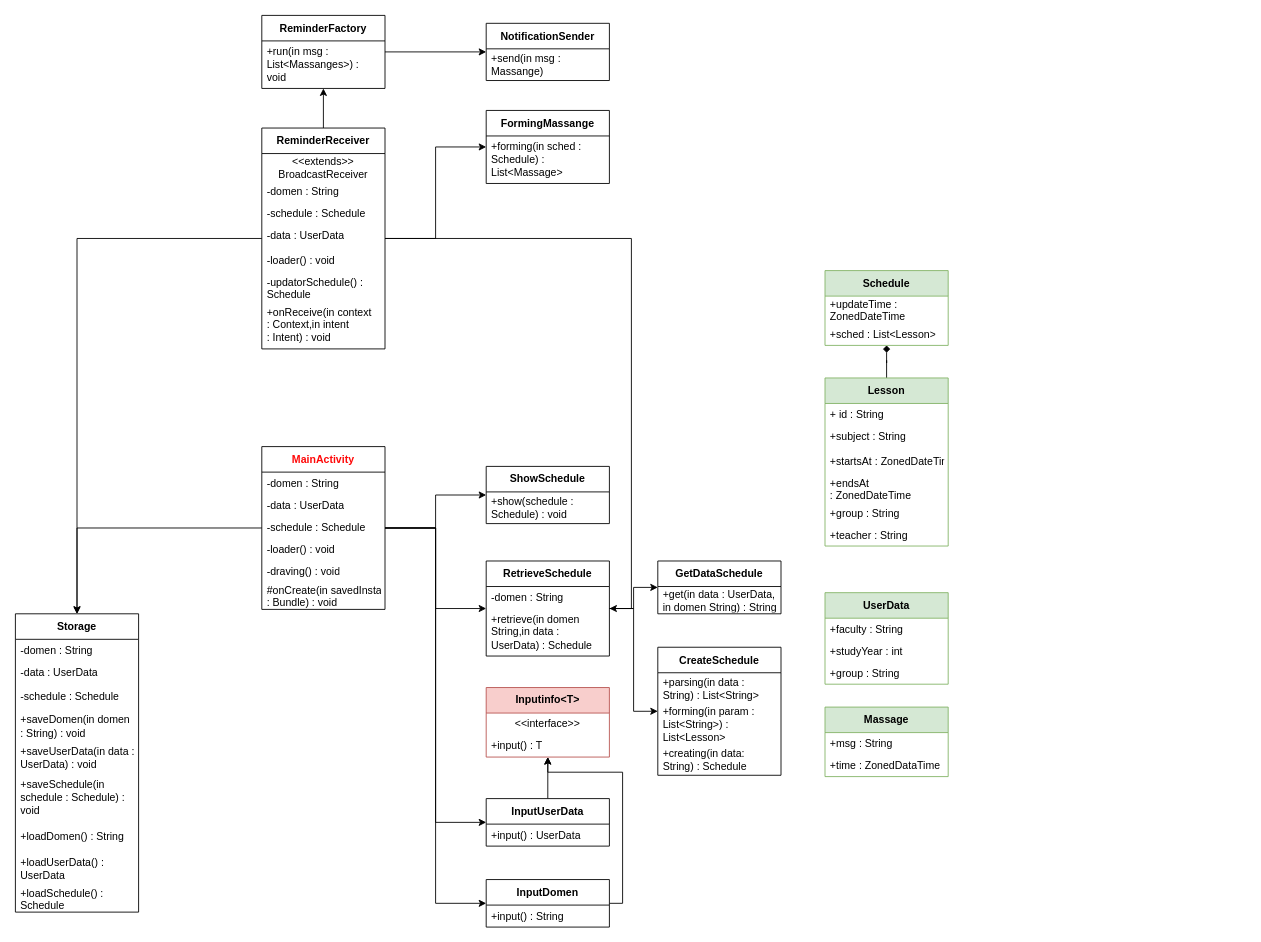
Myhajl-o/AutoScedule keeps this draw.io diagram as diagram/class_diagram.drawio. Above is the earlier version. Source tidied: cells renumbered, new cells numbered last; positions are measured from the earlier drawing's top-left corner, leaving out a move shared by most shapes. Both pictures are drawn from the tidied source at 88%, with x=0, y=0 at pixel (15, 15).
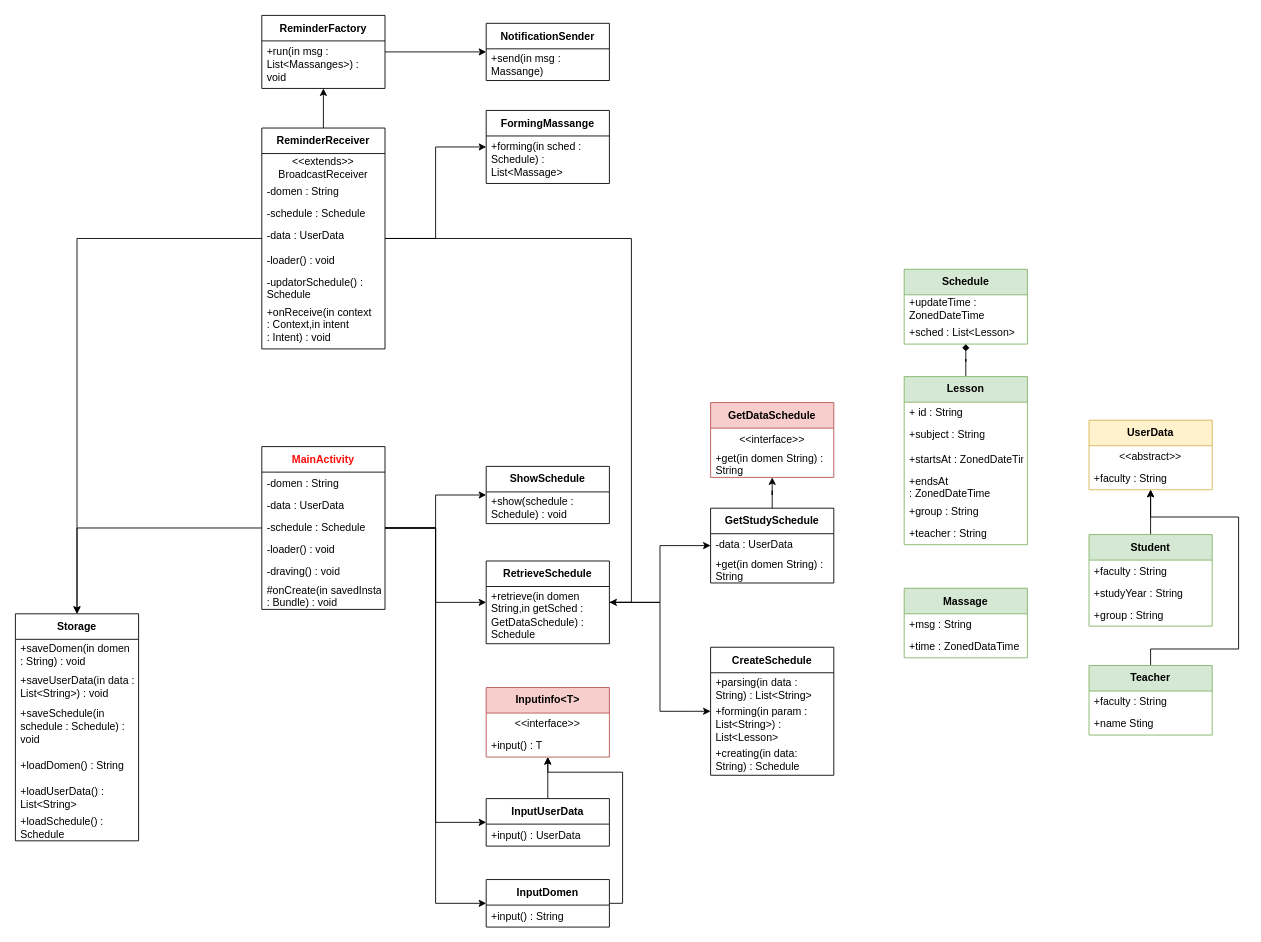
The same page after the edit.

Unchanged cells that the change refers to:
```xml
<mxCell id="62" value="&lt;code dir=&quot;ltr&quot;&gt;&lt;font face=&quot;Helvetica&quot;&gt;ReminderReceiver&lt;/font&gt;&lt;/code&gt;" style="swimlane;fontStyle=1;align=center;verticalAlign=middle;horizontal=1;startSize=29;html=1;whiteSpace=wrap;" parent="1" vertex="1">
  <mxGeometry x="280" y="128" width="140" height="251" as="geometry" />
</mxCell>
```

Diff of the diagram source:
```diff
@@
-    <mxCell id="17" value="UserData" style="swimlane;fontStyle=1;align=center;verticalAlign=middle;horizontal=1;startSize=29;html=1;whiteSpace=wrap;fillColor=#d5e8d4;strokeColor=#82b366;" parent="1" vertex="1">
-      <mxGeometry x="920" y="656" width="140" height="104" as="geometry" />
+    <mxCell id="17" value="UserData" style="swimlane;fontStyle=1;align=center;verticalAlign=middle;horizontal=1;startSize=29;html=1;whiteSpace=wrap;fillColor=#fff2cc;strokeColor=#d6b656;" parent="1" vertex="1">
+      <mxGeometry x="1220" y="460" width="140" height="79" as="geometry" />
     </mxCell>
+    <mxCell id="83" value="&amp;lt;&amp;lt;abstract&amp;gt;&amp;gt;" style="text;html=1;strokeColor=none;fillColor=none;align=center;verticalAlign=middle;spacingLeft=4;spacingRight=4;overflow=hidden;whiteSpace=wrap;" parent="17" vertex="1">
+      <mxGeometry y="29" width="140" height="25" as="geometry" />
+    </mxCell>
     <mxCell id="18" value="+faculty : String" style="text;html=1;strokeColor=none;fillColor=none;align=left;verticalAlign=middle;spacingLeft=4;spacingRight=4;overflow=hidden;whiteSpace=wrap;" parent="17" vertex="1">
-      <mxGeometry y="29" width="140" height="25" as="geometry" />
+      <mxGeometry y="54" width="140" height="25" as="geometry" />
     </mxCell>
-    <mxCell id="19" value="+&lt;code dir=&quot;ltr&quot;&gt;&lt;font face=&quot;Helvetica&quot;&gt;studyYear&lt;/font&gt;&lt;/code&gt;&amp;nbsp;: int" style="text;html=1;strokeColor=none;fillColor=none;align=left;verticalAlign=middle;spacingLeft=4;spacingRight=4;overflow=hidden;whiteSpace=wrap;" parent="17" vertex="1">
-      <mxGeometry y="54" width="140" height="25" as="geometry" />
-    </mxCell>
-    <mxCell id="20" value="+group : String" style="text;html=1;strokeColor=none;fillColor=none;align=left;verticalAlign=middle;spacingLeft=4;spacingRight=4;overflow=hidden;whiteSpace=wrap;" parent="17" vertex="1">
-      <mxGeometry y="79" width="140" height="25" as="geometry" />
-    </mxCell>
     <mxCell id="21" value="Massage" style="swimlane;fontStyle=1;align=center;verticalAlign=middle;horizontal=1;startSize=29;html=1;whiteSpace=wrap;fillColor=#d5e8d4;strokeColor=#82b366;" parent="1" vertex="1">
-      <mxGeometry x="920" y="786" width="140" height="79" as="geometry" />
+      <mxGeometry x="1010" y="651" width="140" height="79" as="geometry" />
     </mxCell>
@@
     <mxCell id="26" value="RetrieveSchedule" style="swimlane;fontStyle=1;align=center;verticalAlign=middle;horizontal=1;startSize=29;html=1;whiteSpace=wrap;" parent="1" vertex="1">
-      <mxGeometry x="535" y="620" width="140" height="108" as="geometry" />
+      <mxGeometry x="535" y="620" width="140" height="94" as="geometry" />
     </mxCell>
-    <mxCell id="27" value="-domen : String" style="text;html=1;strokeColor=none;fillColor=none;align=left;verticalAlign=middle;spacingLeft=4;spacingRight=4;overflow=hidden;whiteSpace=wrap;" parent="26" vertex="1">
-      <mxGeometry y="29" width="140" height="25" as="geometry" />
-    </mxCell>
-    <mxCell id="28" value="+retrieve(in domen String,in data : UserData) : Schedule" style="text;html=1;strokeColor=none;fillColor=none;align=left;verticalAlign=middle;spacingLeft=4;spacingRight=4;overflow=hidden;whiteSpace=wrap;" parent="26" vertex="1">
-      <mxGeometry y="54" width="140" height="54" as="geometry" />
+    <mxCell id="28" value="+retrieve(in domen String,in getSched : GetDataSchedule) : Schedule" style="text;html=1;strokeColor=none;fillColor=none;align=left;verticalAlign=middle;spacingLeft=4;spacingRight=4;overflow=hidden;whiteSpace=wrap;" parent="26" vertex="1">
+      <mxGeometry y="29" width="140" height="65" as="geometry" />
     </mxCell>
@@
     <mxCell id="31" value="Schedule" style="swimlane;fontStyle=1;align=center;verticalAlign=middle;horizontal=1;startSize=29;html=1;whiteSpace=wrap;fillColor=#d5e8d4;strokeColor=#82b366;" parent="1" vertex="1">
-      <mxGeometry x="920" y="290" width="140" height="85" as="geometry" />
+      <mxGeometry x="1010" y="288.5" width="140" height="85" as="geometry" />
     </mxCell>
@@
     <mxCell id="35" value="Lesson" style="swimlane;fontStyle=1;align=center;verticalAlign=middle;horizontal=1;startSize=29;html=1;whiteSpace=wrap;fillColor=#d5e8d4;strokeColor=#82b366;" parent="1" vertex="1">
-      <mxGeometry x="920" y="412" width="140" height="191" as="geometry" />
+      <mxGeometry x="1010" y="410.5" width="140" height="191" as="geometry" />
     </mxCell>
@@
     <mxCell id="46" value="Storage" style="swimlane;fontStyle=1;align=center;verticalAlign=middle;horizontal=1;startSize=29;html=1;whiteSpace=wrap;" parent="1" vertex="1">
-      <mxGeometry y="680" width="140" height="339" as="geometry" />
+      <mxGeometry y="680" width="140" height="258" as="geometry" />
     </mxCell>
-    <mxCell id="47" value="-domen : String" style="text;html=1;strokeColor=none;fillColor=none;align=left;verticalAlign=middle;spacingLeft=4;spacingRight=4;overflow=hidden;whiteSpace=wrap;" parent="46" vertex="1">
-      <mxGeometry y="29" width="140" height="25" as="geometry" />
-    </mxCell>
-    <mxCell id="48" value="-data : UserData" style="text;html=1;strokeColor=none;fillColor=none;align=left;verticalAlign=middle;spacingLeft=4;spacingRight=4;overflow=hidden;whiteSpace=wrap;" parent="46" vertex="1">
-      <mxGeometry y="54" width="140" height="25" as="geometry" />
-    </mxCell>
-    <mxCell id="49" value="-schedule : Schedule" style="text;html=1;strokeColor=none;fillColor=none;align=left;verticalAlign=middle;spacingLeft=4;spacingRight=4;overflow=hidden;whiteSpace=wrap;" parent="46" vertex="1">
-      <mxGeometry y="79" width="140" height="31" as="geometry" />
-    </mxCell>
     <mxCell id="50" value="+saveDomen(in domen : String) : void" style="text;html=1;strokeColor=none;fillColor=none;align=left;verticalAlign=middle;spacingLeft=4;spacingRight=4;overflow=hidden;whiteSpace=wrap;" parent="46" vertex="1">
-      <mxGeometry y="110" width="140" height="36" as="geometry" />
+      <mxGeometry y="29" width="140" height="36" as="geometry" />
     </mxCell>
-    <mxCell id="51" value="+saveUserData(in data : UserData) : void" style="text;html=1;strokeColor=none;fillColor=none;align=left;verticalAlign=middle;spacingLeft=4;spacingRight=4;overflow=hidden;whiteSpace=wrap;" parent="46" vertex="1">
-      <mxGeometry y="146" width="140" height="36" as="geometry" />
+    <mxCell id="51" value="+saveUserData(in data : List&amp;lt;String&amp;gt;) : void" style="text;html=1;strokeColor=none;fillColor=none;align=left;verticalAlign=middle;spacingLeft=4;spacingRight=4;overflow=hidden;whiteSpace=wrap;" parent="46" vertex="1">
+      <mxGeometry y="65" width="140" height="36" as="geometry" />
     </mxCell>
     <mxCell id="52" value="+saveSchedule(in schedule : Schedule) : void" style="text;html=1;strokeColor=none;fillColor=none;align=left;verticalAlign=middle;spacingLeft=4;spacingRight=4;overflow=hidden;whiteSpace=wrap;" parent="46" vertex="1">
-      <mxGeometry y="182" width="140" height="54" as="geometry" />
+      <mxGeometry y="101" width="140" height="54" as="geometry" />
     </mxCell>
     <mxCell id="53" value="+loadDomen() : String" style="text;html=1;strokeColor=none;fillColor=none;align=left;verticalAlign=middle;spacingLeft=4;spacingRight=4;overflow=hidden;whiteSpace=wrap;" parent="46" vertex="1">
-      <mxGeometry y="236" width="140" height="36" as="geometry" />
+      <mxGeometry y="155" width="140" height="36" as="geometry" />
     </mxCell>
-    <mxCell id="54" value="+loadUserData() : UserData" style="text;html=1;strokeColor=none;fillColor=none;align=left;verticalAlign=middle;spacingLeft=4;spacingRight=4;overflow=hidden;whiteSpace=wrap;" parent="46" vertex="1">
-      <mxGeometry y="272" width="140" height="36" as="geometry" />
+    <mxCell id="54" value="+loadUserData() : List&amp;lt;String&amp;gt;" style="text;html=1;strokeColor=none;fillColor=none;align=left;verticalAlign=middle;spacingLeft=4;spacingRight=4;overflow=hidden;whiteSpace=wrap;" parent="46" vertex="1">
+      <mxGeometry y="191" width="140" height="36" as="geometry" />
     </mxCell>
     <mxCell id="55" value="+loadSchedule() : Schedule" style="text;html=1;strokeColor=none;fillColor=none;align=left;verticalAlign=middle;spacingLeft=4;spacingRight=4;overflow=hidden;whiteSpace=wrap;" parent="46" vertex="1">
-      <mxGeometry y="308" width="140" height="31" as="geometry" />
+      <mxGeometry y="227" width="140" height="31" as="geometry" />
     </mxCell>
@@
     <mxCell id="70" style="edgeStyle=orthogonalEdgeStyle;rounded=0;jettySize=auto;html=1;entryX=1;entryY=0.5;entryDx=0;entryDy=0;exitX=1;exitY=0.5;exitDx=0;exitDy=0;" parent="1" edge="1" source="62" target="26">
       <mxGeometry relative="1" as="geometry">
         <Array as="points">
           <mxPoint x="700" y="253.5" />
-          <mxPoint x="700" y="674" />
+          <mxPoint x="700" y="667" />
         </Array>
       </mxGeometry>
     </mxCell>
+    <mxCell id="84" style="edgeStyle=orthogonalEdgeStyle;rounded=0;jettySize=auto;html=1;entryX=0.5;entryY=1;entryDx=0;entryDy=0;" parent="1" edge="1" source="71" target="85">
+      <mxGeometry relative="1" as="geometry" />
+    </mxCell>
-    <mxCell id="71" value="GetDataSchedule" style="swimlane;fontStyle=1;align=center;verticalAlign=middle;horizontal=1;startSize=29;html=1;whiteSpace=wrap;" parent="1" vertex="1">
-      <mxGeometry x="730" y="620" width="140" height="60" as="geometry" />
+    <mxCell id="71" value="GetStudySchedule" style="swimlane;fontStyle=1;align=center;verticalAlign=middle;horizontal=1;startSize=29;html=1;whiteSpace=wrap;" parent="1" vertex="1">
+      <mxGeometry x="790" y="560" width="140" height="85" as="geometry" />
     </mxCell>
+    <mxCell id="48" value="-data : UserData" style="text;html=1;strokeColor=none;fillColor=none;align=left;verticalAlign=middle;spacingLeft=4;spacingRight=4;overflow=hidden;whiteSpace=wrap;" parent="71" vertex="1">
+      <mxGeometry y="29" width="140" height="25" as="geometry" />
+    </mxCell>
-    <mxCell id="72" value="+get(in data : UserData, in domen String) : String" style="text;html=1;strokeColor=none;fillColor=none;align=left;verticalAlign=middle;spacingLeft=4;spacingRight=4;overflow=hidden;whiteSpace=wrap;" parent="71" vertex="1">
-      <mxGeometry y="29" width="140" height="31" as="geometry" />
+    <mxCell id="72" value="+get(in domen String) : String" style="text;html=1;strokeColor=none;fillColor=none;align=left;verticalAlign=middle;spacingLeft=4;spacingRight=4;overflow=hidden;whiteSpace=wrap;" parent="71" vertex="1">
+      <mxGeometry y="54" width="140" height="31" as="geometry" />
     </mxCell>
     <mxCell id="73" value="CreateSchedule" style="swimlane;fontStyle=1;align=center;verticalAlign=middle;horizontal=1;startSize=29;html=1;whiteSpace=wrap;" parent="1" vertex="1">
-      <mxGeometry x="730" y="718" width="140" height="145.5" as="geometry" />
+      <mxGeometry x="790" y="718" width="140" height="145.5" as="geometry" />
     </mxCell>
@@
+    <mxCell id="85" value="GetDataSchedule" style="swimlane;fontStyle=1;align=center;verticalAlign=middle;horizontal=1;startSize=29;html=1;whiteSpace=wrap;fillColor=#f8cecc;strokeColor=#b85450;" parent="1" vertex="1">
+      <mxGeometry x="790" y="440" width="140" height="85" as="geometry" />
+    </mxCell>
+    <mxCell id="86" value="&amp;lt;&amp;lt;interface&amp;gt;&amp;gt;" style="text;html=1;strokeColor=none;fillColor=none;align=center;verticalAlign=middle;spacingLeft=4;spacingRight=4;overflow=hidden;whiteSpace=wrap;" parent="85" vertex="1">
+      <mxGeometry y="29" width="140" height="25" as="geometry" />
+    </mxCell>
+    <mxCell id="87" value="+get(in domen String) : String" style="text;html=1;strokeColor=none;fillColor=none;align=left;verticalAlign=middle;spacingLeft=4;spacingRight=4;overflow=hidden;whiteSpace=wrap;" parent="85" vertex="1">
+      <mxGeometry y="54" width="140" height="31" as="geometry" />
+    </mxCell>
+    <mxCell id="88" style="edgeStyle=orthogonalEdgeStyle;rounded=0;jettySize=auto;html=1;entryX=0.5;entryY=1;entryDx=0;entryDy=0;" parent="1" edge="1" source="89" target="17">
+      <mxGeometry relative="1" as="geometry" />
+    </mxCell>
+    <mxCell id="89" value="Student" style="swimlane;fontStyle=1;align=center;verticalAlign=middle;horizontal=1;startSize=29;html=1;whiteSpace=wrap;fillColor=#d5e8d4;strokeColor=#82b366;" parent="1" vertex="1">
+      <mxGeometry x="1220" y="590" width="140" height="104" as="geometry" />
+    </mxCell>
+    <mxCell id="90" value="+faculty : String" style="text;html=1;strokeColor=none;fillColor=none;align=left;verticalAlign=middle;spacingLeft=4;spacingRight=4;overflow=hidden;whiteSpace=wrap;" parent="89" vertex="1">
+      <mxGeometry y="29" width="140" height="25" as="geometry" />
+    </mxCell>
+    <mxCell id="91" value="+&lt;code dir=&quot;ltr&quot;&gt;&lt;font face=&quot;Helvetica&quot;&gt;studyYear&lt;/font&gt;&lt;/code&gt;&amp;nbsp;: String" style="text;html=1;strokeColor=none;fillColor=none;align=left;verticalAlign=middle;spacingLeft=4;spacingRight=4;overflow=hidden;whiteSpace=wrap;" parent="89" vertex="1">
+      <mxGeometry y="54" width="140" height="25" as="geometry" />
+    </mxCell>
+    <mxCell id="20" value="+group : String" style="text;html=1;strokeColor=none;fillColor=none;align=left;verticalAlign=middle;spacingLeft=4;spacingRight=4;overflow=hidden;whiteSpace=wrap;" parent="89" vertex="1">
+      <mxGeometry y="79" width="140" height="25" as="geometry" />
+    </mxCell>
+    <mxCell id="92" style="edgeStyle=orthogonalEdgeStyle;rounded=0;jettySize=auto;html=1;entryX=0.5;entryY=1;entryDx=0;entryDy=0;" parent="1" edge="1" source="93" target="17">
+      <mxGeometry relative="1" as="geometry">
+        <Array as="points">
+          <mxPoint x="1290" y="720" />
+          <mxPoint x="1390" y="720" />
+          <mxPoint x="1390" y="570" />
+          <mxPoint x="1290" y="570" />
+        </Array>
+      </mxGeometry>
+    </mxCell>
+    <mxCell id="93" value="Teacher" style="swimlane;fontStyle=1;align=center;verticalAlign=middle;horizontal=1;startSize=29;html=1;whiteSpace=wrap;fillColor=#d5e8d4;strokeColor=#82b366;" parent="1" vertex="1">
+      <mxGeometry x="1220" y="738.8" width="140" height="79" as="geometry" />
+    </mxCell>
+    <mxCell id="94" value="+faculty : String" style="text;html=1;strokeColor=none;fillColor=none;align=left;verticalAlign=middle;spacingLeft=4;spacingRight=4;overflow=hidden;whiteSpace=wrap;" parent="93" vertex="1">
+      <mxGeometry y="29" width="140" height="25" as="geometry" />
+    </mxCell>
+    <mxCell id="95" value="+name Sting" style="text;html=1;strokeColor=none;fillColor=none;align=left;verticalAlign=middle;spacingLeft=4;spacingRight=4;overflow=hidden;whiteSpace=wrap;" parent="93" vertex="1">
+      <mxGeometry y="54" width="140" height="25" as="geometry" />
+    </mxCell>
```
